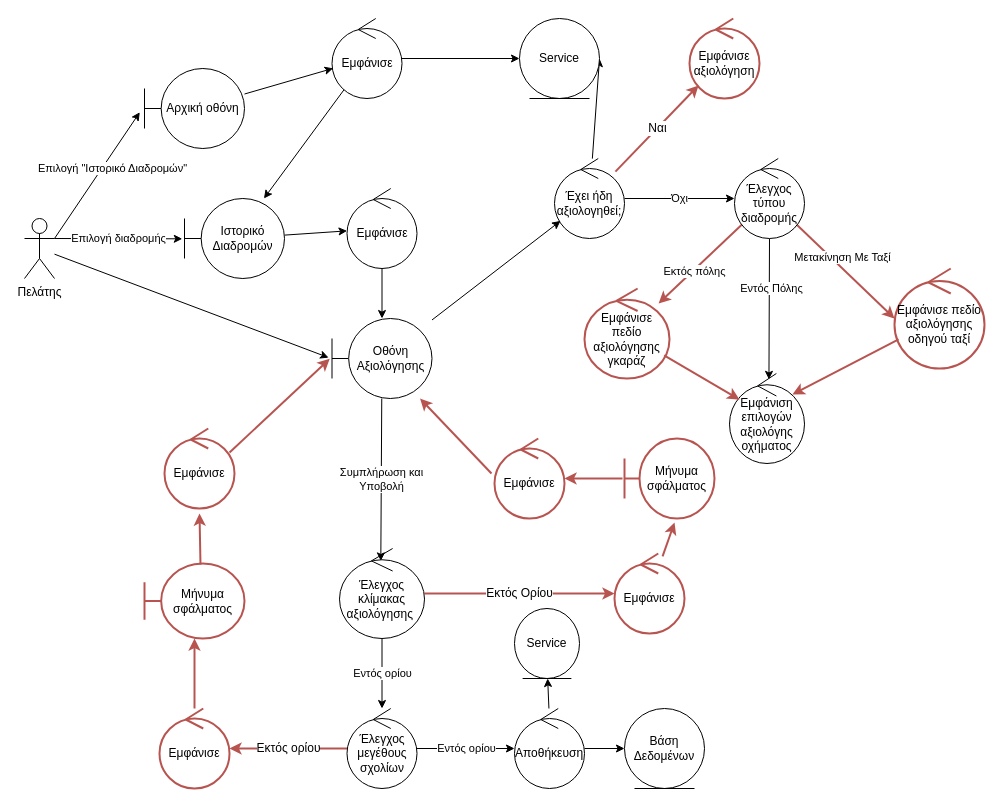
The draw.io diagram Part_3/Robustness/diagrams/15_Αξιολόγηση.drawio in Nikolis2002/texnoligia_logismikou, before the edit. Source tidied: cells renumbered, new cells numbered last; positions are measured from the earlier drawing's top-left corner, leaving out a move shared by most shapes. Both pictures are drawn from the tidied source at 100%, with x=0, y=0 at pixel (24, 18).
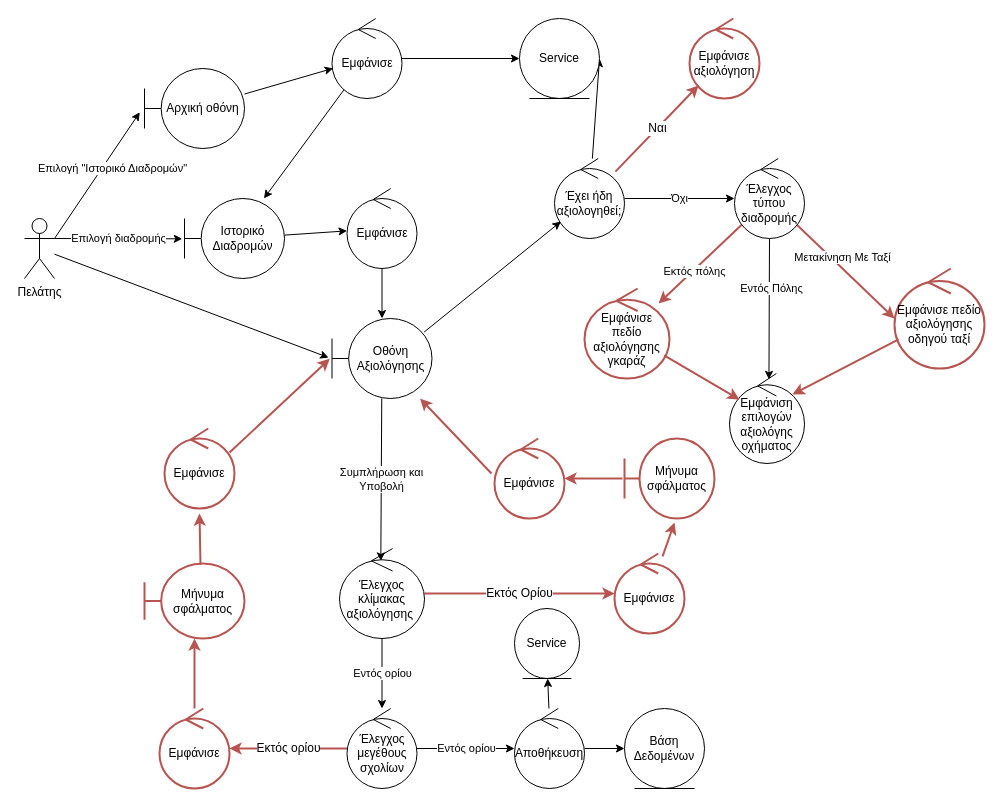
Above is the later version.

Unchanged cells that the change refers to:
```xml
<mxCell id="44" value="Έχει ήδη αξιολογηθεί;" style="ellipse;shape=umlControl;whiteSpace=wrap;html=1;" parent="1" vertex="1">
  <mxGeometry x="530" y="140" width="70" height="80" as="geometry" />
</mxCell>
<mxCell id="59" value="Οθόνη Αξιολόγησης" style="shape=umlBoundary;whiteSpace=wrap;html=1;" parent="1" vertex="1">
  <mxGeometry x="307.5" y="300" width="100" height="80" as="geometry" />
</mxCell>
```

The edit, as a diff of the source:
```diff
@@
-    <mxCell id="58" style="edgeStyle=none;html=1;" parent="1" edge="1" source="59" target="44">
+    <mxCell id="58" style="edgeStyle=none;html=1;exitX=0.921;exitY=0.17;exitDx=0;exitDy=0;exitPerimeter=0;" parent="1" edge="1" source="59" target="44">
       <mxGeometry relative="1" as="geometry" />
     </mxCell>
```
